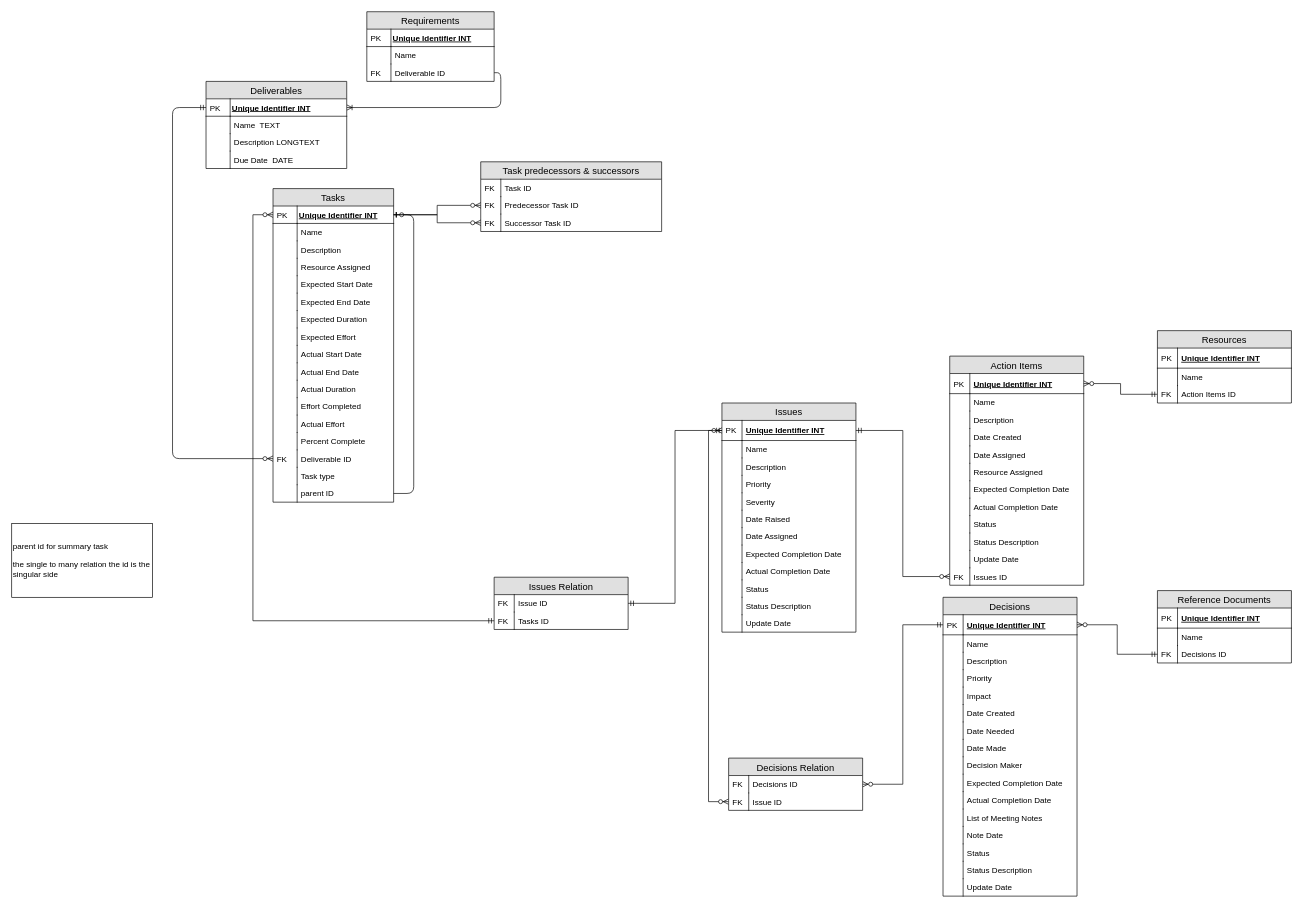
Earlier version of the draw.io diagram ERD.drawio (alicebalayan/comp380---project3). Source tidied: cells renumbered, new cells numbered last; positions are measured from the earlier drawing's top-left corner, leaving out a move shared by most shapes. Both pictures are drawn from the tidied source at 67%, with x=0, y=0 at pixel (11, 11).
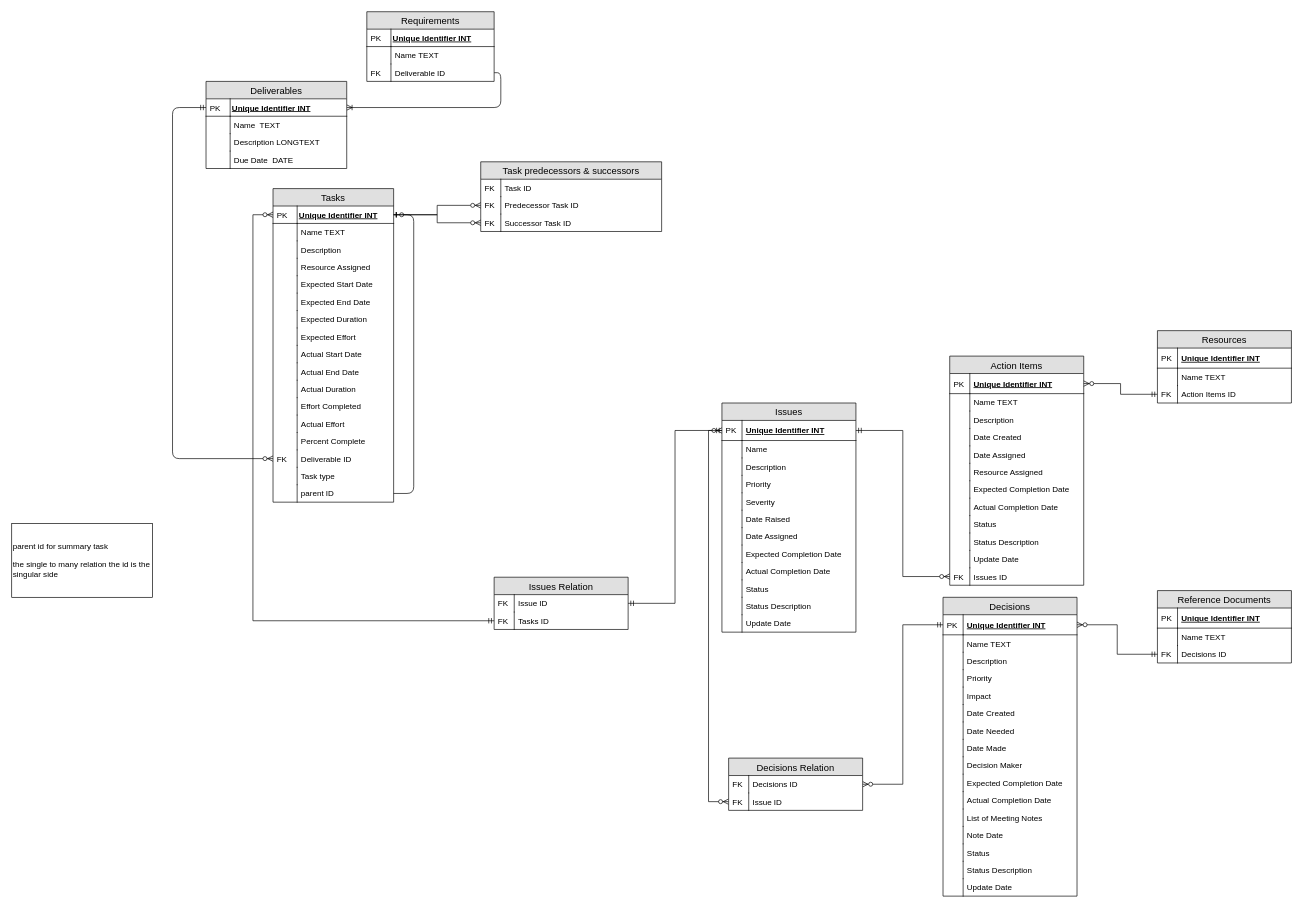
The same diagram, later.

Unchanged cells that the change refers to:
```xml
<mxCell id="28" value="Decisions" style="swimlane;fontStyle=0;horizontal=1;startSize=26;fillColor=#e0e0e0;swimlaneFillColor=#ffffff;align=center;fontSize=14;" parent="1" vertex="1">
  <mxGeometry x="1390" y="874" width="200" height="446" as="geometry" />
</mxCell>
<mxCell id="61" value="Action Items" style="swimlane;fontStyle=0;horizontal=1;startSize=26;fillColor=#e0e0e0;swimlaneFillColor=#ffffff;align=center;fontSize=14;" parent="1" vertex="1">
  <mxGeometry x="1400" y="514" width="200" height="342" as="geometry" />
</mxCell>
<mxCell id="86" value="Reference Documents" style="swimlane;fontStyle=0;horizontal=1;startSize=26;fillColor=#e0e0e0;swimlaneFillColor=#ffffff;align=center;fontSize=14;" parent="1" vertex="1">
  <mxGeometry x="1710" y="864" width="200" height="108" as="geometry" />
</mxCell>
<mxCell id="99" value="Tasks" style="swimlane;fontStyle=0;horizontal=1;startSize=26;fontSize=14;fillColor=#e0e0e0;swimlaneFillColor=#ffffff;" parent="1" vertex="1">
  <mxGeometry x="390" y="264" width="180" height="468" as="geometry" />
</mxCell>
<mxCell id="147" value="Resources" style="swimlane;fontStyle=0;horizontal=1;startSize=26;fillColor=#e0e0e0;swimlaneFillColor=#ffffff;align=center;fontSize=14;" parent="1" vertex="1">
  <mxGeometry x="1710" y="476" width="200" height="108" as="geometry" />
</mxCell>
<mxCell id="163" value="Requirements" style="swimlane;fontStyle=0;horizontal=1;startSize=26;fontSize=14;fillColor=#e0e0e0;swimlaneFillColor=#ffffff;" parent="1" vertex="1">
  <mxGeometry x="530" width="190" height="104" as="geometry" />
</mxCell>
```

Diff of the diagram source:
```diff
@@
-    <mxCell id="31" value="Name" style="shape=partialRectangle;top=0;left=0;right=0;bottom=0;align=left;verticalAlign=top;fillColor=none;spacingLeft=34;spacingRight=4;overflow=hidden;fontSize=12;" parent="28" vertex="1">
+    <mxCell id="31" value="Name  TEXT" style="shape=partialRectangle;top=0;left=0;right=0;bottom=0;align=left;verticalAlign=top;fillColor=none;spacingLeft=34;spacingRight=4;overflow=hidden;fontSize=12;" parent="28" vertex="1">
       <mxGeometry y="56" width="200" height="26" as="geometry" />
     </mxCell>
@@
-    <mxCell id="64" value="Name" style="shape=partialRectangle;top=0;left=0;right=0;bottom=0;align=left;verticalAlign=top;fillColor=none;spacingLeft=34;spacingRight=4;overflow=hidden;fontSize=12;" parent="61" vertex="1">
+    <mxCell id="64" value="Name  TEXT" style="shape=partialRectangle;top=0;left=0;right=0;bottom=0;align=left;verticalAlign=top;fillColor=none;spacingLeft=34;spacingRight=4;overflow=hidden;fontSize=12;" parent="61" vertex="1">
       <mxGeometry y="56" width="200" height="26" as="geometry" />
     </mxCell>
@@
-    <mxCell id="89" value="Name" style="shape=partialRectangle;top=0;left=0;right=0;bottom=0;align=left;verticalAlign=top;fillColor=none;spacingLeft=34;spacingRight=4;overflow=hidden;fontSize=12;" parent="86" vertex="1">
+    <mxCell id="89" value="Name  TEXT" style="shape=partialRectangle;top=0;left=0;right=0;bottom=0;align=left;verticalAlign=top;fillColor=none;spacingLeft=34;spacingRight=4;overflow=hidden;fontSize=12;" parent="86" vertex="1">
       <mxGeometry y="56" width="200" height="26" as="geometry" />
     </mxCell>
@@
-    <mxCell id="102" value="Name" style="shape=partialRectangle;top=0;left=0;right=0;bottom=0;align=left;verticalAlign=top;fillColor=none;spacingLeft=40;spacingRight=4;overflow=hidden;rounded=0;shadow=0;strokeWidth=1;" parent="99" vertex="1">
+    <mxCell id="102" value="Name  TEXT" style="shape=partialRectangle;top=0;left=0;right=0;bottom=0;align=left;verticalAlign=top;fillColor=none;spacingLeft=40;spacingRight=4;overflow=hidden;rounded=0;shadow=0;strokeWidth=1;" parent="99" vertex="1">
       <mxGeometry y="52" width="180" height="26" as="geometry" />
     </mxCell>
@@
-    <mxCell id="150" value="Name" style="shape=partialRectangle;top=0;left=0;right=0;bottom=0;align=left;verticalAlign=top;fillColor=none;spacingLeft=34;spacingRight=4;overflow=hidden;fontSize=12;" parent="147" vertex="1">
+    <mxCell id="150" value="Name  TEXT" style="shape=partialRectangle;top=0;left=0;right=0;bottom=0;align=left;verticalAlign=top;fillColor=none;spacingLeft=34;spacingRight=4;overflow=hidden;fontSize=12;" parent="147" vertex="1">
       <mxGeometry y="56" width="200" height="26" as="geometry" />
     </mxCell>
@@
-    <mxCell id="166" value="Name" style="shape=partialRectangle;top=0;left=0;right=0;bottom=0;align=left;verticalAlign=top;fillColor=none;spacingLeft=40;spacingRight=4;overflow=hidden;rounded=0;shadow=0;strokeWidth=1;" parent="163" vertex="1">
+    <mxCell id="166" value="Name  TEXT" style="shape=partialRectangle;top=0;left=0;right=0;bottom=0;align=left;verticalAlign=top;fillColor=none;spacingLeft=40;spacingRight=4;overflow=hidden;rounded=0;shadow=0;strokeWidth=1;" parent="163" vertex="1">
       <mxGeometry y="52" width="190" height="26" as="geometry" />
     </mxCell>
```
